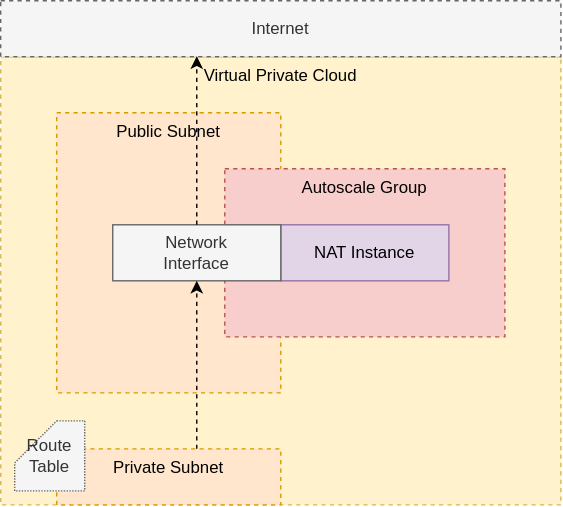
The draw.io diagram docs/logical.drawio.svg in jamesmoriarty/cfn-cheapest-nat, before a commit. Source tidied: cells renumbered, new cells last; positions are measured from the earlier drawing's top-left corner, leaving out a move shared by most shapes.
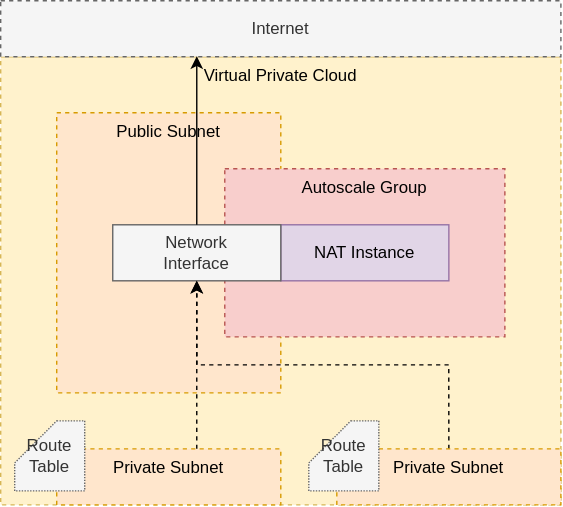
The same diagram one commit later.

Commit message:
refinement: second subnet.

Diff of the diagram source:
```diff
@@ -31,8 +31,17 @@
         <mxPoint x="140" y="320" as="sourcePoint" />
       </mxGeometry>
     </mxCell>
-    <mxCell id="11" style="endArrow=classic;html=1;shadow=0;exitX=0.5;exitY=0;exitDx=0;exitDy=0;entryX=0.35;entryY=-0.001;entryDx=0;entryDy=0;entryPerimeter=0;dashed=1;" parent="1" edge="1" source="6" target="2">
+    <mxCell id="11" style="endArrow=classic;html=1;shadow=0;exitX=0.5;exitY=0;exitDx=0;exitDy=0;entryX=0.35;entryY=-0.001;entryDx=0;entryDy=0;entryPerimeter=0;" parent="1" edge="1" source="6" target="2">
       <mxGeometry relative="1" as="geometry" />
     </mxCell>
+    <mxCell id="12" style="edgeStyle=orthogonalEdgeStyle;rounded=0;jettySize=auto;html=1;exitX=0.5;exitY=0;exitDx=0;exitDy=0;entryX=0.5;entryY=1;entryDx=0;entryDy=0;shadow=0;dashed=1;" parent="1" edge="1" source="13" target="6">
+      <mxGeometry relative="1" as="geometry" />
+    </mxCell>
+    <mxCell id="13" value="Private Subnet" style="rounded=0;whiteSpace=wrap;html=1;verticalAlign=top;fillColor=#ffe6cc;strokeColor=#d79b00;shadow=0;dashed=1;" parent="1" vertex="1">
+      <mxGeometry x="240" y="320" width="160" height="40" as="geometry" />
+    </mxCell>
+    <mxCell id="14" value="Route&lt;br&gt;&lt;div style=&quot;&quot;&gt;&lt;span&gt;Table&lt;/span&gt;&lt;/div&gt;" style="shape=card;whiteSpace=wrap;html=1;rounded=0;shadow=0;fillColor=#f5f5f5;align=center;strokeColor=#666666;fontColor=#333333;dashed=1;dashPattern=1 1;" parent="1" vertex="1">
+      <mxGeometry x="220" y="300" width="50" height="50" as="geometry" />
+    </mxCell>
   </root>
 </mxGraphModel>
```
